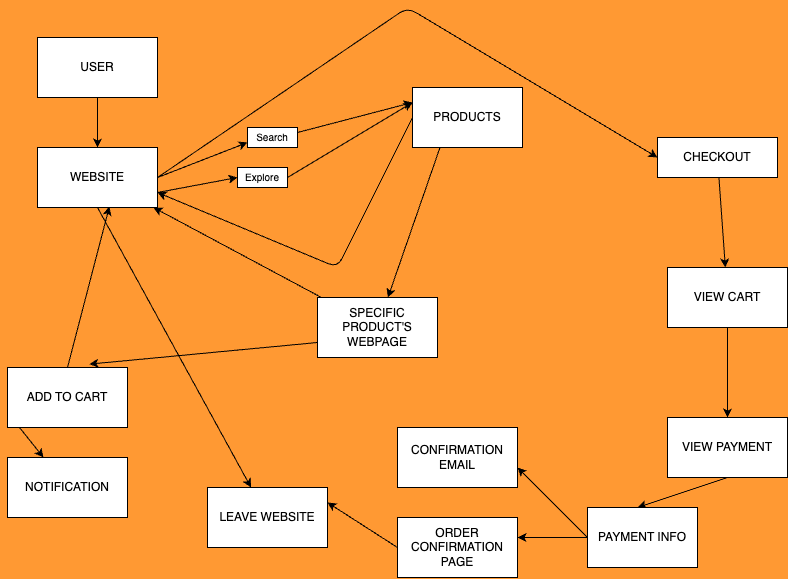
Earlier version of the draw.io export explore/diagramming/diagram.drawio.png (teopotter64/sp25-cse110-lab4). Source tidied: cells renumbered, new cells last; positions are measured from the earlier drawing's top-left corner, leaving out a move shared by most shapes.
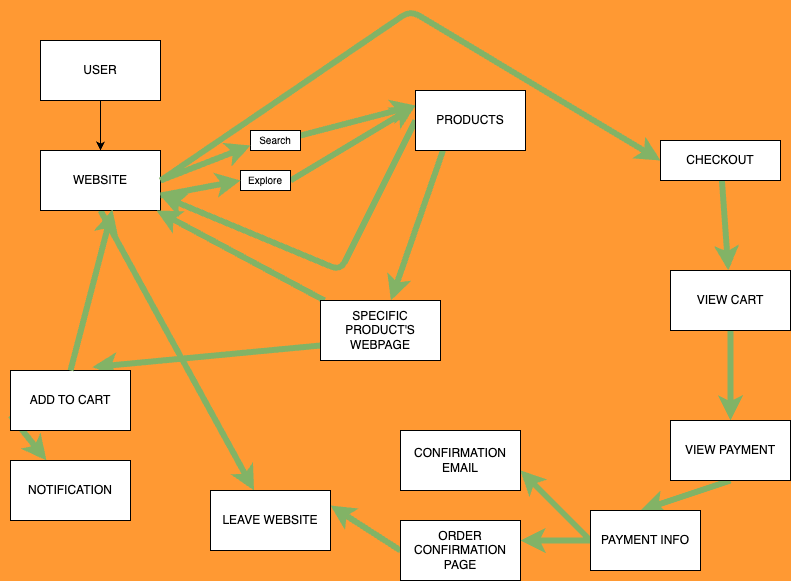
Above is the later version.

Commit message:
update arrow color

What changed in the source:
```diff
@@ -10,36 +10,36 @@
         <mxPoint x="90" y="140" as="targetPoint" />
       </mxGeometry>
     </mxCell>
-    <mxCell id="4" style="edgeStyle=none;html=1;exitX=0.5;exitY=1;exitDx=0;exitDy=0;" parent="1" edge="1" source="5" target="23">
+    <mxCell id="4" style="edgeStyle=none;html=1;exitX=0.5;exitY=1;exitDx=0;exitDy=0;fillColor=#d5e8d4;strokeColor=#82b366;strokeWidth=6;" parent="1" edge="1" source="5" target="23">
       <mxGeometry relative="1" as="geometry" />
     </mxCell>
     <mxCell id="5" value="WEBSITE" style="rounded=0;whiteSpace=wrap;html=1;" parent="1" vertex="1">
       <mxGeometry x="30" y="140" width="120" height="60" as="geometry" />
     </mxCell>
-    <mxCell id="6" style="edgeStyle=none;html=1;exitX=1;exitY=0.25;exitDx=0;exitDy=0;entryX=0;entryY=0.25;entryDx=0;entryDy=0;" parent="1" edge="1" source="7" target="14">
+    <mxCell id="6" style="edgeStyle=none;html=1;exitX=1;exitY=0.25;exitDx=0;exitDy=0;entryX=0;entryY=0.25;entryDx=0;entryDy=0;fillColor=#d5e8d4;strokeColor=#82b366;strokeWidth=6;" parent="1" edge="1" source="7" target="14">
       <mxGeometry relative="1" as="geometry" />
     </mxCell>
     <mxCell id="7" value="&lt;font style=&quot;font-size: 10px;&quot;&gt;Search&lt;/font&gt;" style="rounded=0;whiteSpace=wrap;html=1;" parent="1" vertex="1">
       <mxGeometry x="240" y="120" width="50" height="20" as="geometry" />
     </mxCell>
-    <mxCell id="8" style="edgeStyle=none;html=1;exitX=1;exitY=0.5;exitDx=0;exitDy=0;entryX=0;entryY=0.25;entryDx=0;entryDy=0;" parent="1" edge="1" source="9" target="14">
+    <mxCell id="8" style="edgeStyle=none;html=1;exitX=1;exitY=0.5;exitDx=0;exitDy=0;entryX=0;entryY=0.25;entryDx=0;entryDy=0;fillColor=#d5e8d4;strokeColor=#82b366;strokeWidth=6;" parent="1" edge="1" source="9" target="14">
       <mxGeometry relative="1" as="geometry" />
     </mxCell>
     <mxCell id="9" value="&lt;font style=&quot;font-size: 10px;&quot;&gt;Explore&lt;/font&gt;" style="rounded=0;whiteSpace=wrap;html=1;" parent="1" vertex="1">
       <mxGeometry x="230" y="160" width="50" height="20" as="geometry" />
     </mxCell>
-    <mxCell id="10" style="endArrow=classic;html=1;entryX=0;entryY=0.75;entryDx=0;entryDy=0;" parent="1" edge="1" target="7">
+    <mxCell id="10" style="endArrow=classic;html=1;entryX=0;entryY=0.75;entryDx=0;entryDy=0;fillColor=#d5e8d4;strokeColor=#82b366;strokeWidth=6;" parent="1" edge="1" target="7">
       <mxGeometry relative="1" as="geometry">
         <mxPoint x="150" y="170" as="sourcePoint" />
       </mxGeometry>
     </mxCell>
-    <mxCell id="11" style="endArrow=classic;html=1;exitX=1;exitY=0.75;exitDx=0;exitDy=0;entryX=0;entryY=0.5;entryDx=0;entryDy=0;" parent="1" edge="1" source="5" target="9">
+    <mxCell id="11" style="endArrow=classic;html=1;exitX=1;exitY=0.75;exitDx=0;exitDy=0;entryX=0;entryY=0.5;entryDx=0;entryDy=0;fillColor=#d5e8d4;strokeColor=#82b366;strokeWidth=6;" parent="1" edge="1" source="5" target="9">
       <mxGeometry relative="1" as="geometry" />
     </mxCell>
-    <mxCell id="12" style="edgeStyle=none;html=1;exitX=0.25;exitY=1;exitDx=0;exitDy=0;" parent="1" edge="1" source="14" target="17">
+    <mxCell id="12" style="edgeStyle=none;html=1;exitX=0.25;exitY=1;exitDx=0;exitDy=0;fillColor=#d5e8d4;strokeColor=#82b366;strokeWidth=6;" parent="1" edge="1" source="14" target="17">
       <mxGeometry relative="1" as="geometry" />
     </mxCell>
-    <mxCell id="13" style="edgeStyle=none;html=1;exitX=0;exitY=0.5;exitDx=0;exitDy=0;entryX=1;entryY=0.75;entryDx=0;entryDy=0;" parent="1" edge="1" source="14" target="5">
+    <mxCell id="13" style="edgeStyle=none;html=1;exitX=0;exitY=0.5;exitDx=0;exitDy=0;entryX=1;entryY=0.75;entryDx=0;entryDy=0;fillColor=#d5e8d4;strokeColor=#82b366;strokeWidth=6;" parent="1" edge="1" source="14" target="5">
       <mxGeometry relative="1" as="geometry">
         <Array as="points">
           <mxPoint x="330" y="260" />
@@ -49,16 +49,16 @@
     <mxCell id="14" value="PRODUCTS" style="rounded=0;whiteSpace=wrap;html=1;" parent="1" vertex="1">
       <mxGeometry x="405" y="80" width="110" height="60" as="geometry" />
     </mxCell>
-    <mxCell id="15" style="edgeStyle=none;html=1;exitX=0;exitY=0.75;exitDx=0;exitDy=0;entryX=0.682;entryY=-0.056;entryDx=0;entryDy=0;entryPerimeter=0;" parent="1" edge="1" source="17" target="19">
+    <mxCell id="15" style="edgeStyle=none;html=1;exitX=0;exitY=0.75;exitDx=0;exitDy=0;entryX=0.682;entryY=-0.056;entryDx=0;entryDy=0;entryPerimeter=0;strokeWidth=6;fillColor=#d5e8d4;strokeColor=#82b366;" parent="1" edge="1" source="17" target="19">
       <mxGeometry relative="1" as="geometry" />
     </mxCell>
-    <mxCell id="16" style="edgeStyle=none;html=1;" parent="1" edge="1" source="17" target="5">
+    <mxCell id="16" style="edgeStyle=none;html=1;fillColor=#d5e8d4;strokeColor=#82b366;strokeWidth=6;" parent="1" edge="1" source="17" target="5">
       <mxGeometry relative="1" as="geometry" />
     </mxCell>
     <mxCell id="17" value="SPECIFIC PRODUCT'S WEBPAGE" style="rounded=0;whiteSpace=wrap;html=1;" parent="1" vertex="1">
       <mxGeometry x="310" y="290" width="120" height="60" as="geometry" />
     </mxCell>
-    <mxCell id="18" style="edgeStyle=none;html=1;exitX=0;exitY=0.75;exitDx=0;exitDy=0;" parent="1" edge="1" source="19" target="20">
+    <mxCell id="18" style="edgeStyle=none;html=1;exitX=0;exitY=0.75;exitDx=0;exitDy=0;fillColor=#d5e8d4;strokeColor=#82b366;strokeWidth=6;" parent="1" edge="1" source="19" target="20">
       <mxGeometry relative="1" as="geometry" />
     </mxCell>
     <mxCell id="19" value="ADD TO CART" style="rounded=0;whiteSpace=wrap;html=1;" parent="1" vertex="1">
@@ -67,7 +67,7 @@
     <mxCell id="20" value="NOTIFICATION" style="rounded=0;whiteSpace=wrap;html=1;" parent="1" vertex="1">
       <mxGeometry y="450" width="120" height="60" as="geometry" />
     </mxCell>
-    <mxCell id="21" style="edgeStyle=none;html=1;" parent="1" edge="1" source="22" target="25">
+    <mxCell id="21" style="edgeStyle=none;html=1;fillColor=#d5e8d4;strokeColor=#82b366;strokeWidth=6;" parent="1" edge="1" source="22" target="25">
       <mxGeometry relative="1" as="geometry" />
     </mxCell>
     <mxCell id="22" value="CHECKOUT" style="rounded=0;whiteSpace=wrap;html=1;" parent="1" vertex="1">
@@ -76,13 +76,13 @@
     <mxCell id="23" value="LEAVE WEBSITE" style="rounded=0;whiteSpace=wrap;html=1;" parent="1" vertex="1">
       <mxGeometry x="200" y="480" width="120" height="60" as="geometry" />
     </mxCell>
-    <mxCell id="24" style="edgeStyle=none;html=1;exitX=0.5;exitY=1;exitDx=0;exitDy=0;entryX=0.5;entryY=0;entryDx=0;entryDy=0;" parent="1" edge="1" source="25" target="27">
+    <mxCell id="24" style="edgeStyle=none;html=1;exitX=0.5;exitY=1;exitDx=0;exitDy=0;entryX=0.5;entryY=0;entryDx=0;entryDy=0;fillColor=#d5e8d4;strokeColor=#82b366;strokeWidth=6;" parent="1" edge="1" source="25" target="27">
       <mxGeometry relative="1" as="geometry" />
     </mxCell>
     <mxCell id="25" value="VIEW CART" style="rounded=0;whiteSpace=wrap;html=1;" parent="1" vertex="1">
       <mxGeometry x="660" y="260" width="120" height="60" as="geometry" />
     </mxCell>
-    <mxCell id="26" style="edgeStyle=none;html=1;exitX=0.5;exitY=1;exitDx=0;exitDy=0;" parent="1" edge="1" source="27">
+    <mxCell id="26" style="edgeStyle=none;html=1;exitX=0.5;exitY=1;exitDx=0;exitDy=0;fillColor=#d5e8d4;strokeColor=#82b366;strokeWidth=6;" parent="1" edge="1" source="27">
       <mxGeometry relative="1" as="geometry">
         <mxPoint x="630" y="500" as="targetPoint" />
       </mxGeometry>
@@ -90,12 +90,12 @@
     <mxCell id="27" value="VIEW PAYMENT" style="rounded=0;whiteSpace=wrap;html=1;" parent="1" vertex="1">
       <mxGeometry x="660" y="410" width="120" height="60" as="geometry" />
     </mxCell>
-    <mxCell id="28" style="edgeStyle=none;html=1;" parent="1" edge="1" source="30">
+    <mxCell id="28" style="edgeStyle=none;html=1;fillColor=#d5e8d4;strokeColor=#82b366;strokeWidth=6;" parent="1" edge="1" source="30">
       <mxGeometry relative="1" as="geometry">
         <mxPoint x="510" y="530" as="targetPoint" />
       </mxGeometry>
     </mxCell>
-    <mxCell id="29" style="edgeStyle=none;html=1;exitX=0;exitY=0.5;exitDx=0;exitDy=0;" parent="1" edge="1" source="30">
+    <mxCell id="29" style="edgeStyle=none;html=1;exitX=0;exitY=0.5;exitDx=0;exitDy=0;fillColor=#d5e8d4;strokeColor=#82b366;strokeWidth=6;" parent="1" edge="1" source="30">
       <mxGeometry relative="1" as="geometry">
         <mxPoint x="510" y="460" as="targetPoint" />
       </mxGeometry>
@@ -103,7 +103,7 @@
     <mxCell id="30" value="PAYMENT INFO" style="rounded=0;whiteSpace=wrap;html=1;" parent="1" vertex="1">
       <mxGeometry x="580" y="500" width="110" height="60" as="geometry" />
     </mxCell>
-    <mxCell id="31" style="edgeStyle=none;html=1;exitX=0;exitY=0.5;exitDx=0;exitDy=0;entryX=1;entryY=0.25;entryDx=0;entryDy=0;" parent="1" edge="1" source="32" target="23">
+    <mxCell id="31" style="edgeStyle=none;html=1;exitX=0;exitY=0.5;exitDx=0;exitDy=0;entryX=1;entryY=0.25;entryDx=0;entryDy=0;fillColor=#d5e8d4;strokeColor=#82b366;strokeWidth=6;" parent="1" edge="1" source="32" target="23">
       <mxGeometry relative="1" as="geometry" />
     </mxCell>
     <mxCell id="32" value="ORDER CONFIRMATION PAGE" style="rounded=0;whiteSpace=wrap;html=1;" parent="1" vertex="1">
@@ -112,10 +112,10 @@
     <mxCell id="33" value="CONFIRMATION EMAIL" style="rounded=0;whiteSpace=wrap;html=1;" parent="1" vertex="1">
       <mxGeometry x="390" y="420" width="120" height="60" as="geometry" />
     </mxCell>
-    <mxCell id="34" style="edgeStyle=none;html=1;exitX=0.5;exitY=0;exitDx=0;exitDy=0;entryX=0.599;entryY=0.985;entryDx=0;entryDy=0;entryPerimeter=0;" parent="1" edge="1" source="19" target="5">
+    <mxCell id="34" style="edgeStyle=none;html=1;exitX=0.5;exitY=0;exitDx=0;exitDy=0;entryX=0.599;entryY=0.985;entryDx=0;entryDy=0;entryPerimeter=0;fillColor=#d5e8d4;strokeColor=#82b366;strokeWidth=6;" parent="1" edge="1" source="19" target="5">
       <mxGeometry relative="1" as="geometry" />
     </mxCell>
-    <mxCell id="35" style="edgeStyle=none;html=1;exitX=1;exitY=0.5;exitDx=0;exitDy=0;entryX=0;entryY=0.5;entryDx=0;entryDy=0;" parent="1" edge="1" source="5" target="22">
+    <mxCell id="35" style="edgeStyle=none;html=1;exitX=1;exitY=0.5;exitDx=0;exitDy=0;entryX=0;entryY=0.5;entryDx=0;entryDy=0;fillColor=#d5e8d4;strokeColor=#82b366;strokeWidth=6;" parent="1" edge="1" source="5" target="22">
       <mxGeometry relative="1" as="geometry">
         <Array as="points">
           <mxPoint x="400" />
```
